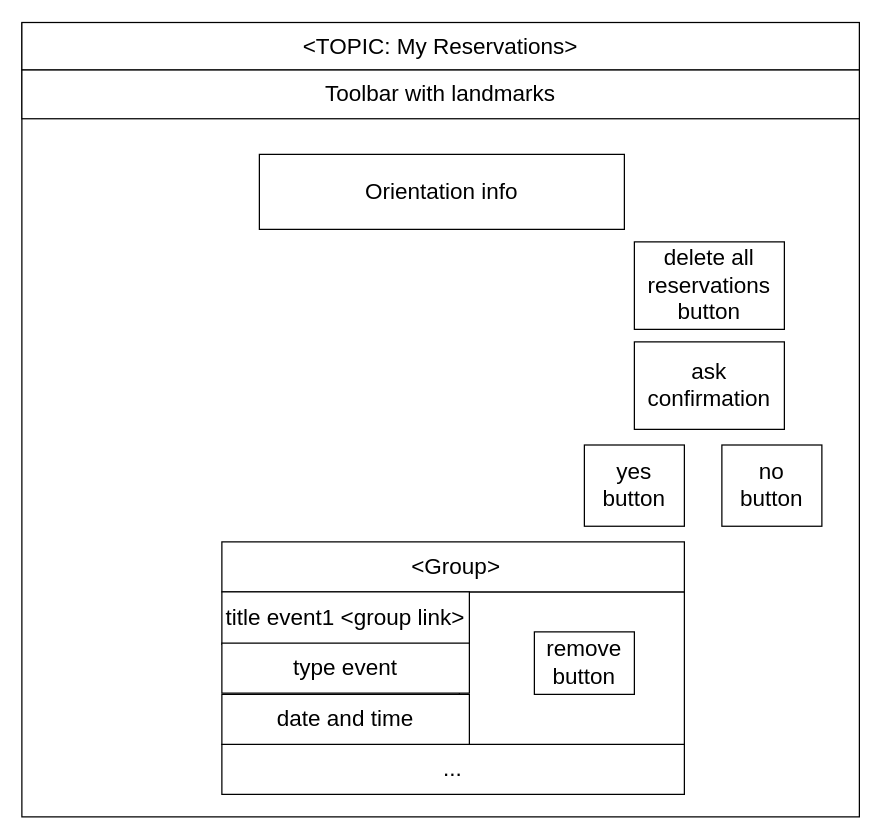
Before: other/documentation/frontend/DRAW IO desing/myReservations confirm delete all.drawio in LeonardoPanizzo/hypermedia2019, a draw.io diagram. Source tidied: cells renumbered, new cells numbered last; positions are measured from the earlier drawing's top-left corner, leaving out a move shared by most shapes. Both pictures are drawn from the tidied source at 125%, with x=0, y=0 at pixel (21, 21).
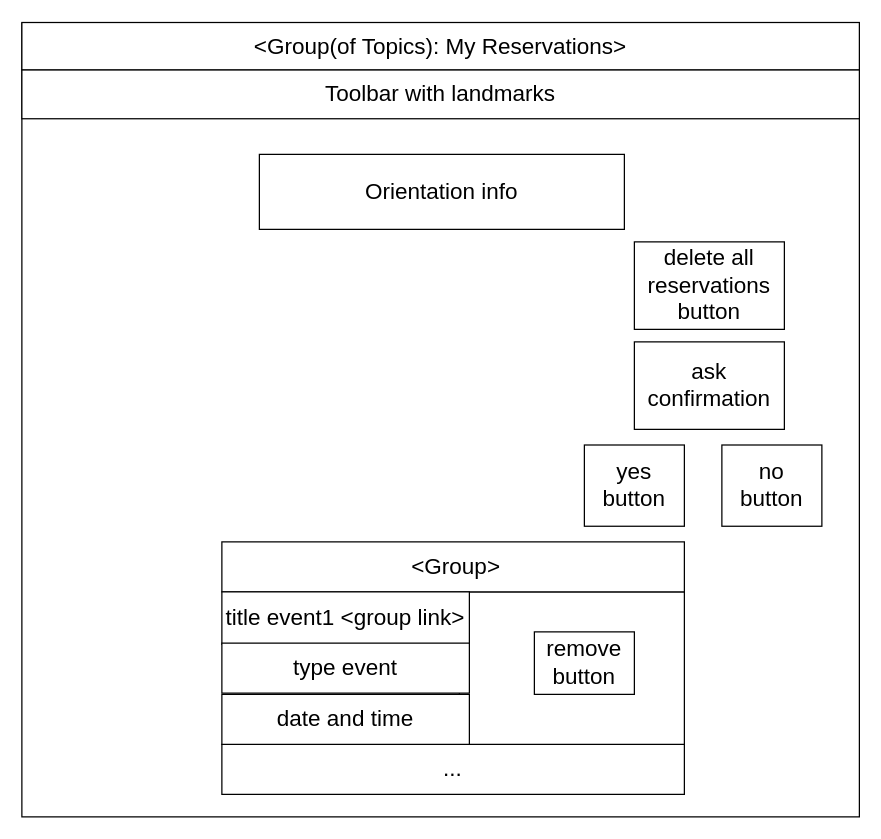
Above is the later version.

What changed in the source:
```diff
@@
 <mxGraphModel>
   <root>
     <mxCell id="0" />
     <mxCell id="1" parent="0" />
     <mxCell id="2" style="rounded=0;whiteSpace=wrap;html=1;" parent="1" vertex="1">
       <mxGeometry y="1" width="670" height="635" as="geometry" />
     </mxCell>
     <mxCell id="3" style="rounded=0;whiteSpace=wrap;html=1;" parent="1" vertex="1">
       <mxGeometry x="350" y="456" width="180" height="130" as="geometry" />
     </mxCell>
-    <mxCell id="4" value="&lt;div style=&quot;text-align: left ; font-size: 18px&quot;&gt;&lt;span&gt;&amp;lt;TOPIC: My Reservations&amp;gt;&lt;/span&gt;&lt;br&gt;&lt;/div&gt;" style="rounded=0;whiteSpace=wrap;html=1;fontSize=18;" parent="1" vertex="1">
+    <mxCell id="4" value="&lt;div style=&quot;text-align: left ; font-size: 18px&quot;&gt;&lt;span&gt;&amp;lt;Group(of Topics): My Reservations&amp;gt;&lt;/span&gt;&lt;br&gt;&lt;/div&gt;" style="rounded=0;whiteSpace=wrap;html=1;fontSize=18;" parent="1" vertex="1">
       <mxGeometry y="0.5" width="670" height="38" as="geometry" />
     </mxCell>
     <mxCell id="5" value="Toolbar with landmarks" style="rounded=0;whiteSpace=wrap;html=1;fontSize=18;" parent="1" vertex="1">
       <mxGeometry y="38.5" width="670" height="39" as="geometry" />
     </mxCell>
     <mxCell id="6" value="&amp;nbsp;&amp;lt;Group&amp;gt;" style="rounded=0;whiteSpace=wrap;html=1;fontSize=18;" parent="1" vertex="1">
       <mxGeometry x="160" y="416" width="370" height="40" as="geometry" />
     </mxCell>
     <mxCell id="7" value="..." style="rounded=0;whiteSpace=wrap;html=1;fontSize=18;" parent="1" vertex="1">
       <mxGeometry x="160" y="578" width="370" height="40" as="geometry" />
     </mxCell>
     <mxCell id="8" value="title event1 &amp;lt;group link&amp;gt;" style="rounded=0;whiteSpace=wrap;html=1;fontSize=18;" parent="1" vertex="1">
       <mxGeometry x="160" y="456" width="198" height="42" as="geometry" />
     </mxCell>
     <mxCell id="9" value="delete all reservations&lt;br&gt;button" style="rounded=0;whiteSpace=wrap;html=1;fontSize=18;" parent="1" vertex="1">
       <mxGeometry x="490" y="176" width="120" height="70" as="geometry" />
     </mxCell>
     <mxCell id="10" value="type event" style="rounded=0;whiteSpace=wrap;html=1;fontSize=18;" parent="1" vertex="1">
       <mxGeometry x="160" y="497" width="198" height="40" as="geometry" />
     </mxCell>
     <mxCell id="11" value="date and time" style="rounded=0;whiteSpace=wrap;html=1;fontSize=18;" parent="1" vertex="1">
       <mxGeometry x="160" y="538" width="198" height="40" as="geometry" />
     </mxCell>
     <mxCell id="12" value="remove&lt;br&gt;button" style="rounded=0;whiteSpace=wrap;html=1;fontSize=18;" parent="1" vertex="1">
       <mxGeometry x="410" y="488" width="80" height="50" as="geometry" />
     </mxCell>
     <mxCell id="13" value="&lt;span style=&quot;font-size: 18px&quot;&gt;Orientation info&lt;/span&gt;" style="rounded=0;whiteSpace=wrap;html=1;" parent="1" vertex="1">
       <mxGeometry x="190" y="106" width="292" height="60" as="geometry" />
     </mxCell>
     <mxCell id="14" value="ask confirmation" style="rounded=0;whiteSpace=wrap;html=1;fontSize=18;" parent="1" vertex="1">
       <mxGeometry x="490" y="256" width="120" height="70" as="geometry" />
     </mxCell>
     <mxCell id="15" value="yes&lt;br&gt;button" style="rounded=0;whiteSpace=wrap;html=1;fontSize=18;" parent="1" vertex="1">
       <mxGeometry x="450" y="338.5" width="80" height="65" as="geometry" />
     </mxCell>
     <mxCell id="16" value="no&lt;br&gt;button" style="rounded=0;whiteSpace=wrap;html=1;fontSize=18;" parent="1" vertex="1">
       <mxGeometry x="560" y="338.5" width="80" height="65" as="geometry" />
     </mxCell>
   </root>
 </mxGraphModel>
```
